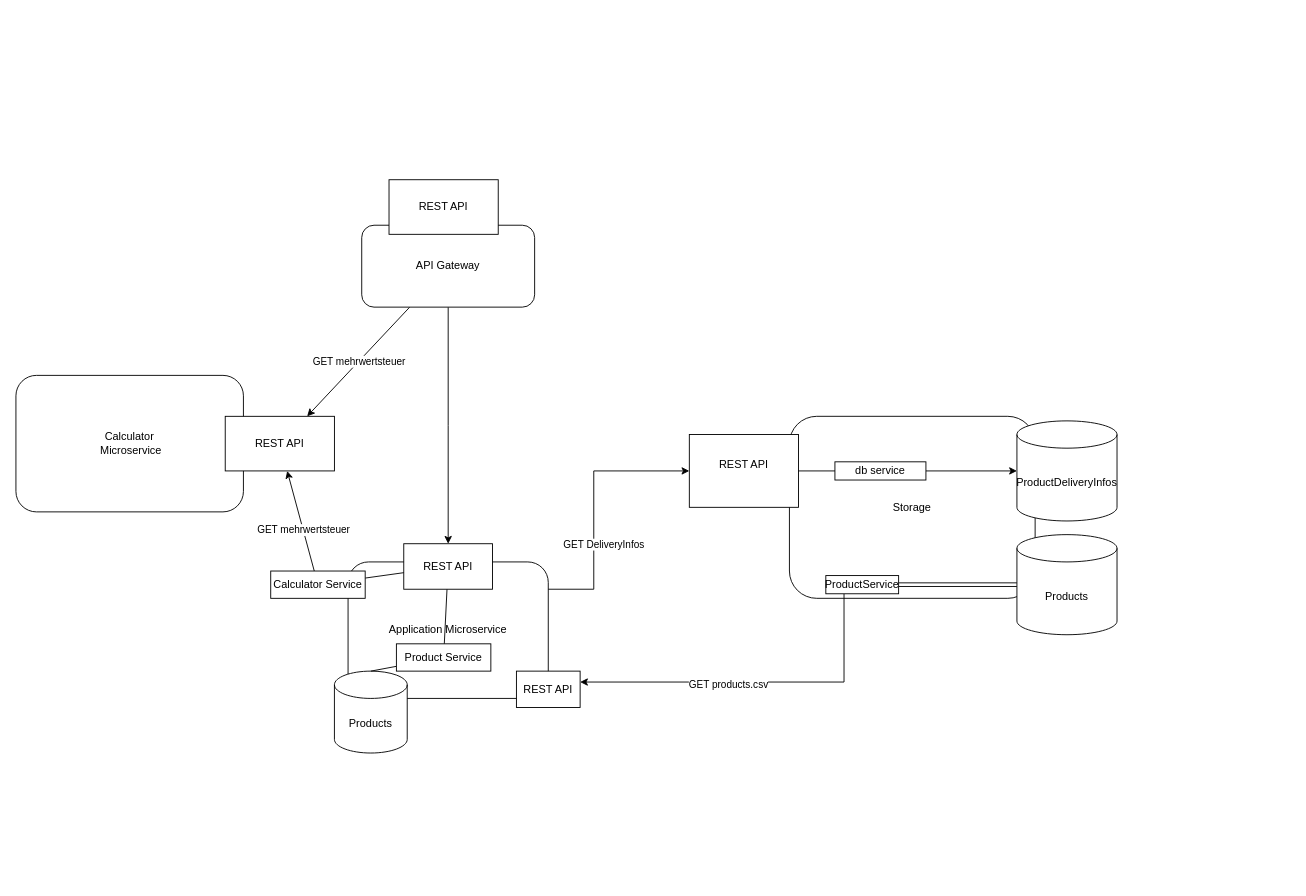
This is kbe_component_diagram.drawio from KBE-Project/diagrams, a draw.io file, before an edit. Source tidied: cells renumbered, new cells numbered last; positions are measured from the earlier drawing's top-left corner, leaving out a move shared by most shapes. Both pictures are drawn from the tidied source at 91%, with x=0, y=0 at pixel (15, 179).
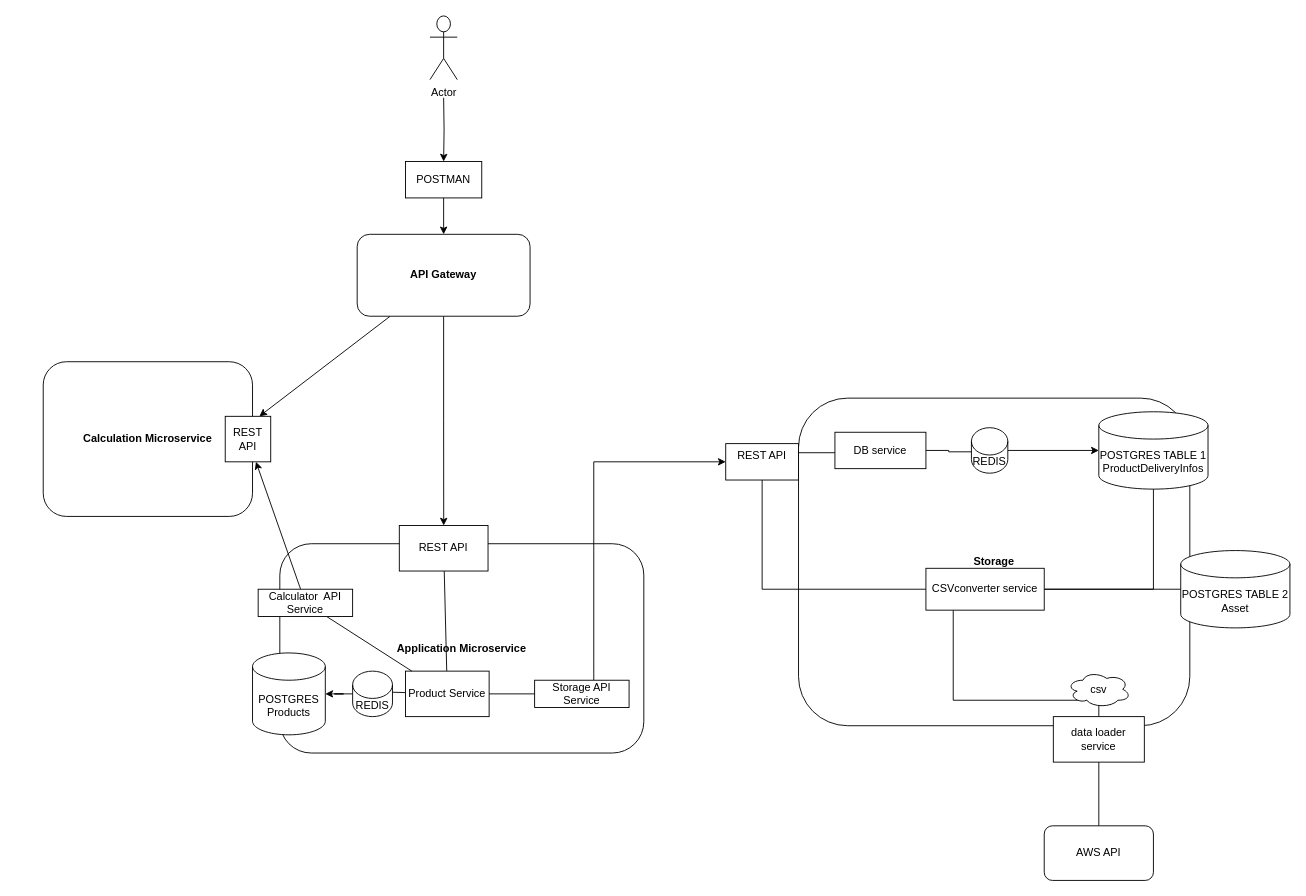
The same page after the edit.

The change refers to these unchanged cells:
```xml
<mxCell id="29" style="edgeStyle=none;rounded=0;jettySize=auto;html=1;startArrow=none;startFill=0;endArrow=classic;endFill=1;strokeColor=default;" parent="1" edge="1" source="31" target="10">
  <mxGeometry relative="1" as="geometry" />
</mxCell>
```

The edit, as a diff of the source:
```diff
@@
-    <mxCell id="3" value="GET mehrwertsteuer" style="edgeStyle=none;rounded=0;jettySize=auto;html=1;endArrow=classic;endFill=1;strokeColor=default;entryX=0.75;entryY=0;entryDx=0;entryDy=0;startArrow=none;startFill=0;" parent="1" edge="1" source="4" target="10">
+    <mxCell id="3" style="edgeStyle=none;rounded=0;jettySize=auto;html=1;endArrow=classic;endFill=1;strokeColor=default;entryX=0.75;entryY=0;entryDx=0;entryDy=0;startArrow=none;startFill=0;" parent="1" edge="1" source="4" target="10">
       <mxGeometry relative="1" as="geometry" />
     </mxCell>
-    <mxCell id="4" value="API Gateway" style="rounded=1;whiteSpace=wrap;html=1;" parent="1" vertex="1">
-      <mxGeometry x="380" y="50" width="190" height="90" as="geometry" />
+    <mxCell id="4" value="&lt;b&gt;API Gateway&lt;/b&gt;" style="rounded=1;whiteSpace=wrap;html=1;" parent="1" vertex="1">
+      <mxGeometry x="375" y="60" width="190" height="90" as="geometry" />
     </mxCell>
-    <mxCell id="5" value="&lt;div&gt;Calculator&lt;/div&gt;&amp;nbsp;Microservice" style="rounded=1;whiteSpace=wrap;html=1;" parent="1" vertex="1">
-      <mxGeometry y="215" width="250" height="150" as="geometry" />
+    <mxCell id="5" value="&lt;div&gt;&lt;/div&gt;&lt;b&gt;Calculation Microservice&lt;/b&gt;" style="rounded=1;whiteSpace=wrap;html=1;" parent="1" vertex="1">
+      <mxGeometry x="30" y="200" width="230" height="170" as="geometry" />
     </mxCell>
+    <mxCell id="8" value="&lt;b&gt;Application Microservice&lt;/b&gt;" style="rounded=1;whiteSpace=wrap;html=1;" parent="1" vertex="1">
+      <mxGeometry x="290" y="400" width="400" height="230" as="geometry" />
+    </mxCell>
-    <mxCell id="6" style="edgeStyle=orthogonalEdgeStyle;rounded=0;jettySize=auto;html=1;entryX=0;entryY=0.5;entryDx=0;entryDy=0;" parent="1" edge="1" source="27" target="11">
+    <mxCell id="6" style="edgeStyle=orthogonalEdgeStyle;rounded=0;jettySize=auto;html=1;entryX=0;entryY=0.5;entryDx=0;entryDy=0;startArrow=none;" parent="1" edge="1" source="33" target="11">
       <mxGeometry relative="1" as="geometry">
         <Array as="points">
-          <mxPoint x="478" y="450" />
-          <mxPoint x="635" y="450" />
+          <mxPoint x="635" y="530" />
           <mxPoint x="635" y="320" />
         </Array>
       </mxGeometry>
     </mxCell>
-    <mxCell id="7" value="GET DeliveryInfos" style="edgeLabel;html=1;align=center;verticalAlign=middle;" parent="6" vertex="1">
-      <mxGeometry x="-0.12" relative="1" as="geometry">
-        <mxPoint x="28" y="-50" as="offset" />
-      </mxGeometry>
-    </mxCell>
-    <mxCell id="8" value="Application Microservice" style="rounded=1;whiteSpace=wrap;html=1;" parent="1" vertex="1">
-      <mxGeometry x="365" y="420" width="220" height="150" as="geometry" />
-    </mxCell>
-    <mxCell id="9" value="Storage " style="rounded=1;whiteSpace=wrap;html=1;" parent="1" vertex="1">
-      <mxGeometry x="850" y="260" width="270" height="200" as="geometry" />
+    <mxCell id="9" value="&lt;b&gt;Storage &lt;/b&gt;" style="rounded=1;whiteSpace=wrap;html=1;" parent="1" vertex="1">
+      <mxGeometry x="860" y="240" width="430" height="360" as="geometry" />
     </mxCell>
     <mxCell id="10" value="REST API" style="rounded=0;whiteSpace=wrap;html=1;" parent="1" vertex="1">
-      <mxGeometry x="230" y="260" width="120" height="60" as="geometry" />
+      <mxGeometry x="230" y="260" width="50" height="50" as="geometry" />
     </mxCell>
+    <mxCell id="12" style="edgeStyle=none;rounded=0;jettySize=auto;html=1;startArrow=none;startFill=0;endArrow=none;endFill=0;strokeColor=default;" parent="1" edge="1" source="13" target="27">
+      <mxGeometry relative="1" as="geometry" />
+    </mxCell>
     <mxCell id="11" value="&lt;div&gt;REST API&lt;/div&gt;&lt;div&gt;&lt;br&gt;&lt;/div&gt;" style="rounded=0;whiteSpace=wrap;html=1;" parent="1" vertex="1">
-      <mxGeometry x="740" y="280" width="120" height="80" as="geometry" />
+      <mxGeometry x="780" y="290" width="80" height="40" as="geometry" />
     </mxCell>
-    <mxCell id="12" style="edgeStyle=none;rounded=0;jettySize=auto;html=1;startArrow=none;startFill=0;endArrow=none;endFill=0;strokeColor=default;" parent="1" edge="1" source="13" target="27">
-      <mxGeometry relative="1" as="geometry" />
-    </mxCell>
     <mxCell id="13" value="REST API" style="rounded=0;whiteSpace=wrap;html=1;" parent="1" vertex="1">
-      <mxGeometry x="426.2" y="400" width="97.5" height="50" as="geometry" />
+      <mxGeometry x="421.3" y="380" width="97.5" height="50" as="geometry" />
     </mxCell>
-    <mxCell id="14" value="REST API" style="rounded=0;whiteSpace=wrap;html=1;" parent="1" vertex="1">
-      <mxGeometry x="410" width="120" height="60" as="geometry" />
-    </mxCell>
-    <mxCell id="15" style="edgeStyle=orthogonalEdgeStyle;rounded=0;jettySize=auto;html=1;" parent="1" edge="1" source="21" target="23">
-      <mxGeometry relative="1" as="geometry" />
-    </mxCell>
-    <mxCell id="16" style="edgeStyle=orthogonalEdgeStyle;rounded=0;jettySize=auto;html=1;" parent="1" edge="1" source="19">
-      <mxGeometry relative="1" as="geometry">
-        <mxPoint x="620" y="552" as="targetPoint" />
-        <Array as="points">
-          <mxPoint x="910" y="552" />
-        </Array>
-      </mxGeometry>
-    </mxCell>
-    <mxCell id="17" value="GET products.csv" style="edgeLabel;html=1;align=center;verticalAlign=middle;" parent="16" vertex="1">
-      <mxGeometry x="0.14" y="2" relative="1" as="geometry">
-        <mxPoint x="-4" as="offset" />
-      </mxGeometry>
-    </mxCell>
-    <mxCell id="18" style="edgeStyle=none;shape=link;rounded=0;jettySize=auto;html=1;exitX=1;exitY=0.5;exitDx=0;exitDy=0;endArrow=none;endFill=0;strokeColor=default;" parent="1" edge="1" source="19" target="24">
-      <mxGeometry relative="1" as="geometry" />
-    </mxCell>
-    <mxCell id="19" value="ProductService" style="rounded=0;whiteSpace=wrap;html=1;" parent="1" vertex="1">
-      <mxGeometry x="890" y="435" width="80" height="20" as="geometry" />
-    </mxCell>
-    <mxCell id="20" value="REST API" style="rounded=0;whiteSpace=wrap;html=1;" parent="1" vertex="1">
-      <mxGeometry x="550" y="540" width="70" height="40" as="geometry" />
-    </mxCell>
+    <mxCell id="32" style="edgeStyle=orthogonalEdgeStyle;rounded=0;jettySize=auto;html=1;entryX=0.4;entryY=0.53;entryDx=0;entryDy=0;entryPerimeter=0;endArrow=none;endFill=0;" parent="1" edge="1" source="21" target="40">
+      <mxGeometry relative="1" as="geometry" />
+    </mxCell>
-    <mxCell id="21" value="db service" style="rounded=0;whiteSpace=wrap;html=1;" parent="1" vertex="1">
-      <mxGeometry x="900" y="310" width="100" height="20" as="geometry" />
+    <mxCell id="21" value="DB service" style="rounded=0;whiteSpace=wrap;html=1;" parent="1" vertex="1">
+      <mxGeometry x="900" y="277.5" width="100" height="40" as="geometry" />
     </mxCell>
-    <mxCell id="22" style="edgeStyle=orthogonalEdgeStyle;rounded=0;jettySize=auto;html=1;endArrow=none;" parent="1" edge="1" source="11" target="21">
-      <mxGeometry relative="1" as="geometry" />
+    <mxCell id="22" style="edgeStyle=orthogonalEdgeStyle;rounded=0;jettySize=auto;html=1;endArrow=none;exitX=1;exitY=0.25;exitDx=0;exitDy=0;" parent="1" edge="1" source="11" target="21">
+      <mxGeometry relative="1" as="geometry">
+        <Array as="points">
+          <mxPoint x="860" y="300" />
+        </Array>
+      </mxGeometry>
     </mxCell>
-    <mxCell id="23" value="ProductDeliveryInfos" style="shape=cylinder3;whiteSpace=wrap;html=1;boundedLbl=1;backgroundOutline=1;size=15;" parent="1" vertex="1">
-      <mxGeometry x="1100" y="265" width="110" height="110" as="geometry" />
+    <mxCell id="23" value="POSTGRES TABLE 1 ProductDeliveryInfos" style="shape=cylinder3;whiteSpace=wrap;html=1;boundedLbl=1;backgroundOutline=1;size=15;" parent="1" vertex="1">
+      <mxGeometry x="1190" y="255" width="120" height="85" as="geometry" />
     </mxCell>
-    <mxCell id="24" value="Products" style="shape=cylinder3;whiteSpace=wrap;html=1;boundedLbl=1;backgroundOutline=1;size=15;" parent="1" vertex="1">
-      <mxGeometry x="1100" y="390" width="110" height="110" as="geometry" />
+    <mxCell id="24" value="POSTGRES TABLE 2&lt;br&gt;Asset" style="shape=cylinder3;whiteSpace=wrap;html=1;boundedLbl=1;backgroundOutline=1;size=15;" parent="1" vertex="1">
+      <mxGeometry x="1280" y="407.5" width="120" height="85" as="geometry" />
     </mxCell>
-    <mxCell id="25" value="Products" style="shape=cylinder3;whiteSpace=wrap;html=1;boundedLbl=1;backgroundOutline=1;size=15;" parent="1" vertex="1">
-      <mxGeometry x="350" y="540" width="80" height="90" as="geometry" />
+    <mxCell id="25" value="POSTGRES&lt;br&gt;Products" style="shape=cylinder3;whiteSpace=wrap;html=1;boundedLbl=1;backgroundOutline=1;size=15;" parent="1" vertex="1">
+      <mxGeometry x="260" y="520" width="80" height="90" as="geometry" />
     </mxCell>
-    <mxCell id="26" style="edgeStyle=none;rounded=0;jettySize=auto;html=1;startArrow=none;startFill=0;endArrow=none;endFill=0;strokeColor=default;entryX=0.5;entryY=0;entryDx=0;entryDy=0;entryPerimeter=0;" parent="1" edge="1" source="27" target="25">
+    <mxCell id="26" style="edgeStyle=none;rounded=0;jettySize=auto;html=1;startArrow=none;startFill=0;endArrow=none;endFill=0;strokeColor=default;entryX=0.869;entryY=0.46;entryDx=0;entryDy=0;entryPerimeter=0;" parent="1" edge="1" source="27" target="42">
       <mxGeometry relative="1" as="geometry" />
     </mxCell>
     <mxCell id="27" value="Product Service" style="rounded=0;whiteSpace=wrap;html=1;" parent="1" vertex="1">
-      <mxGeometry x="418.1" y="510" width="103.8" height="30" as="geometry" />
+      <mxGeometry x="428.1" y="540" width="91.9" height="50" as="geometry" />
     </mxCell>
-    <mxCell id="28" style="edgeStyle=none;rounded=0;jettySize=auto;html=1;startArrow=none;startFill=0;endArrow=none;endFill=0;strokeColor=default;" parent="1" edge="1" source="31" target="13">
+    <mxCell id="28" style="edgeStyle=none;rounded=0;jettySize=auto;html=1;startArrow=none;startFill=0;endArrow=none;endFill=0;strokeColor=default;" parent="1" edge="1" source="31" target="27">
       <mxGeometry relative="1" as="geometry" />
     </mxCell>
@@
-    <mxCell id="30" value="GET mehrwertsteuer" style="edgeLabel;html=1;align=center;verticalAlign=middle;" parent="29" vertex="1">
-      <mxGeometry x="-0.18" relative="1" as="geometry" />
-    </mxCell>
-    <mxCell id="31" value="Calculator Service" style="rounded=0;whiteSpace=wrap;html=1;" parent="1" vertex="1">
-      <mxGeometry x="280" y="430" width="103.8" height="30" as="geometry" />
+    <mxCell id="31" value="Calculator&amp;nbsp; API Service" style="rounded=0;whiteSpace=wrap;html=1;" parent="1" vertex="1">
+      <mxGeometry x="266.2" y="450" width="103.8" height="30" as="geometry" />
     </mxCell>
+    <mxCell id="33" value="Storage API Service" style="rounded=0;whiteSpace=wrap;html=1;" parent="1" vertex="1">
+      <mxGeometry x="570" y="550" width="103.8" height="30" as="geometry" />
+    </mxCell>
+    <mxCell id="34" style="edgeStyle=orthogonalEdgeStyle;rounded=0;jettySize=auto;html=1;entryX=0;entryY=0.5;entryDx=0;entryDy=0;endArrow=none;" parent="1" edge="1" source="27" target="33">
+      <mxGeometry relative="1" as="geometry" />
+    </mxCell>
+    <mxCell id="35" style="edgeStyle=orthogonalEdgeStyle;rounded=0;jettySize=auto;html=1;" parent="1" edge="1" target="38">
+      <mxGeometry relative="1" as="geometry">
+        <mxPoint x="470" y="-90" as="sourcePoint" />
+      </mxGeometry>
+    </mxCell>
+    <mxCell id="36" value="Actor" style="shape=umlActor;verticalLabelPosition=bottom;verticalAlign=top;html=1;" parent="1" vertex="1">
+      <mxGeometry x="455" y="-180" width="30" height="70" as="geometry" />
+    </mxCell>
+    <mxCell id="37" style="edgeStyle=orthogonalEdgeStyle;rounded=0;jettySize=auto;html=1;" parent="1" edge="1" source="38" target="4">
+      <mxGeometry relative="1" as="geometry" />
+    </mxCell>
+    <mxCell id="38" value="POSTMAN" style="rounded=0;whiteSpace=wrap;html=1;" parent="1" vertex="1">
+      <mxGeometry x="428.1" y="-20" width="83.8" height="40" as="geometry" />
+    </mxCell>
+    <mxCell id="39" style="edgeStyle=orthogonalEdgeStyle;rounded=0;jettySize=auto;html=1;entryX=0;entryY=0.5;entryDx=0;entryDy=0;entryPerimeter=0;" parent="1" edge="1" source="40" target="23">
+      <mxGeometry relative="1" as="geometry" />
+    </mxCell>
+    <mxCell id="40" value="REDIS" style="shape=cylinder3;whiteSpace=wrap;html=1;boundedLbl=1;backgroundOutline=1;size=15;" parent="1" vertex="1">
+      <mxGeometry x="1050" y="272.5" width="40" height="50" as="geometry" />
+    </mxCell>
+    <mxCell id="41" style="edgeStyle=orthogonalEdgeStyle;rounded=0;jettySize=auto;html=1;" parent="1" edge="1" source="42" target="25">
+      <mxGeometry relative="1" as="geometry" />
+    </mxCell>
+    <mxCell id="42" value="REDIS" style="shape=cylinder3;whiteSpace=wrap;html=1;boundedLbl=1;backgroundOutline=1;size=15;" parent="1" vertex="1">
+      <mxGeometry x="370" y="540" width="43.8" height="50" as="geometry" />
+    </mxCell>
+    <mxCell id="43" style="edgeStyle=orthogonalEdgeStyle;rounded=0;jettySize=auto;html=1;endArrow=none;endFill=0;" parent="1" edge="1" source="47" target="11">
+      <mxGeometry relative="1" as="geometry" />
+    </mxCell>
+    <mxCell id="44" style="edgeStyle=orthogonalEdgeStyle;rounded=0;jettySize=auto;html=1;endArrow=none;endFill=0;" parent="1" edge="1" source="47" target="24">
+      <mxGeometry relative="1" as="geometry" />
+    </mxCell>
+    <mxCell id="45" style="edgeStyle=orthogonalEdgeStyle;rounded=0;jettySize=auto;html=1;entryX=0.31;entryY=0.8;entryDx=0;entryDy=0;entryPerimeter=0;endArrow=none;endFill=0;" parent="1" edge="1" source="47" target="52">
+      <mxGeometry relative="1" as="geometry">
+        <Array as="points">
+          <mxPoint x="1030" y="572" />
+        </Array>
+      </mxGeometry>
+    </mxCell>
+    <mxCell id="46" style="edgeStyle=orthogonalEdgeStyle;rounded=0;jettySize=auto;html=1;endArrow=none;endFill=0;" parent="1" edge="1" source="47" target="23">
+      <mxGeometry relative="1" as="geometry" />
+    </mxCell>
+    <mxCell id="47" value="CSVconverter service" style="rounded=0;whiteSpace=wrap;html=1;" parent="1" vertex="1">
+      <mxGeometry x="1000" y="427" width="130" height="46" as="geometry" />
+    </mxCell>
+    <mxCell id="48" style="edgeStyle=orthogonalEdgeStyle;rounded=0;jettySize=auto;html=1;endArrow=none;endFill=0;" parent="1" edge="1" source="50" target="51">
+      <mxGeometry relative="1" as="geometry" />
+    </mxCell>
+    <mxCell id="49" style="edgeStyle=orthogonalEdgeStyle;rounded=0;jettySize=auto;html=1;entryX=0.55;entryY=0.95;entryDx=0;entryDy=0;entryPerimeter=0;endArrow=none;endFill=0;" parent="1" edge="1" source="50" target="52">
+      <mxGeometry relative="1" as="geometry" />
+    </mxCell>
+    <mxCell id="50" value="&lt;div&gt;data loader service&lt;/div&gt;" style="rounded=0;whiteSpace=wrap;html=1;" parent="1" vertex="1">
+      <mxGeometry x="1140" y="590" width="100" height="50" as="geometry" />
+    </mxCell>
+    <mxCell id="51" value="AWS API" style="rounded=1;whiteSpace=wrap;html=1;" parent="1" vertex="1">
+      <mxGeometry x="1130" y="710" width="120" height="60" as="geometry" />
+    </mxCell>
+    <mxCell id="52" value="csv" style="ellipse;shape=cloud;whiteSpace=wrap;html=1;" parent="1" vertex="1">
+      <mxGeometry x="1155" y="540" width="70" height="40" as="geometry" />
+    </mxCell>
```
